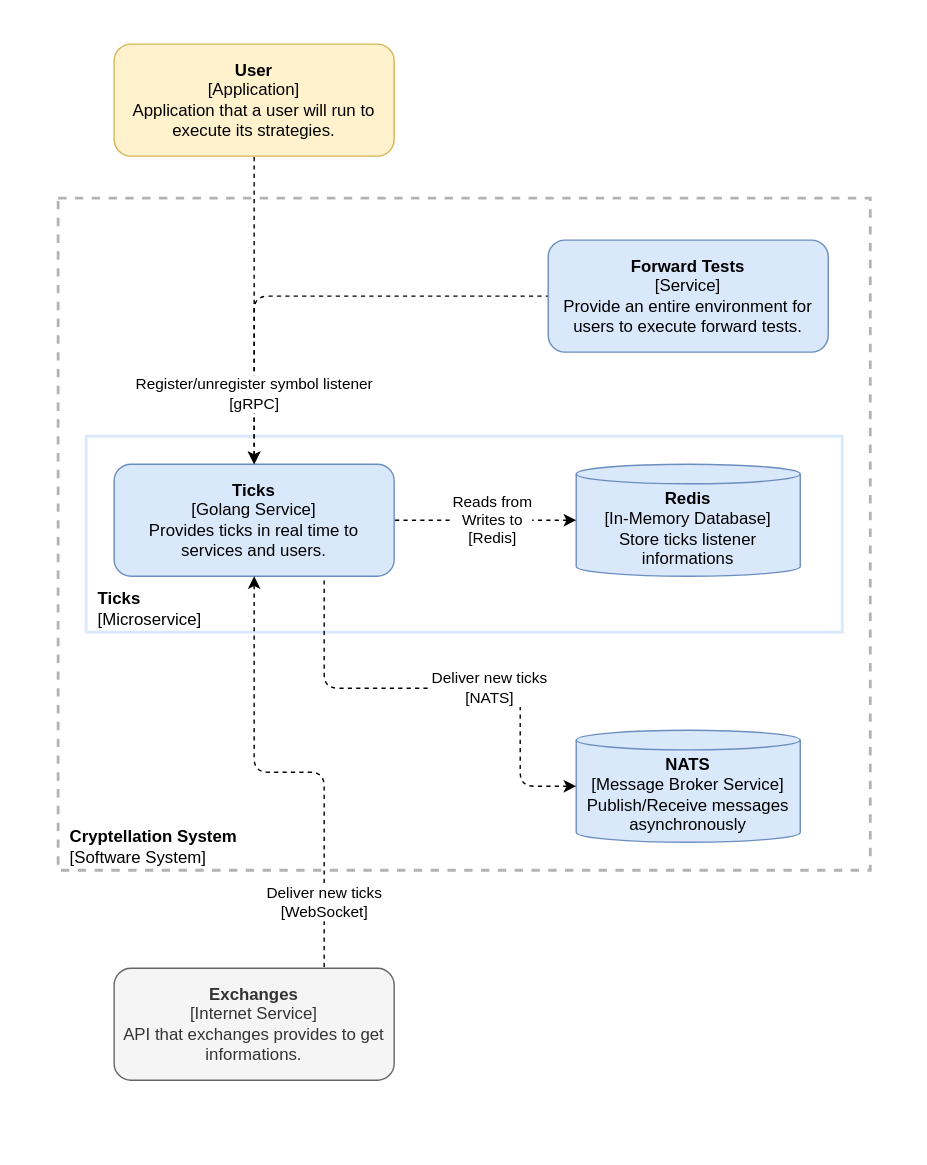
The draw.io diagram website/docs/services/ticks/internal/container-diagram.svg in lerenn/cryptellation, before a commit. Source tidied: cells renumbered, new cells last; positions are measured from the earlier drawing's top-left corner, leaving out a move shared by most shapes. Source of this version:
```xml
<mxGraphModel>
  <root>
    <mxCell id="0" />
    <mxCell id="1" parent="0" />
    <mxCell id="2" style="rounded=1;whiteSpace=wrap;html=1;labelBackgroundColor=none;strokeColor=none;strokeWidth=2;fillColor=default;" parent="1" vertex="1">
      <mxGeometry width="660" height="830" as="geometry" />
    </mxCell>
    <mxCell id="3" value="&lt;b style=&quot;&quot;&gt;&amp;nbsp; Cryptellation System&lt;br&gt;&amp;nbsp;&amp;nbsp;&lt;/b&gt;&lt;span style=&quot;&quot;&gt;[Software System]&lt;/span&gt;" style="rounded=0;whiteSpace=wrap;html=1;fillColor=none;dashed=1;strokeWidth=2;strokeColor=#B3B3B3;align=left;verticalAlign=bottom;" parent="1" vertex="1">
      <mxGeometry x="40" y="140" width="580" height="480" as="geometry" />
    </mxCell>
    <mxCell id="4" value="&amp;nbsp; &lt;b&gt;Ticks&lt;/b&gt;&lt;br&gt;&amp;nbsp; [Microservice]" style="rounded=0;whiteSpace=wrap;html=1;labelBackgroundColor=none;strokeColor=#DAE8FC;strokeWidth=2;fillColor=none;verticalAlign=bottom;align=left;" parent="1" vertex="1">
      <mxGeometry x="60" y="310" width="540" height="140" as="geometry" />
    </mxCell>
    <mxCell id="5" value="&lt;b&gt;Ticks&lt;/b&gt;&lt;br&gt;[Golang Service]&lt;br&gt;Provides ticks in real time to&lt;br&gt;services and users." style="rounded=1;whiteSpace=wrap;html=1;fillColor=#dae8fc;strokeColor=#6c8ebf;" parent="1" vertex="1">
      <mxGeometry x="80" y="330" width="200" height="80" as="geometry" />
    </mxCell>
    <mxCell id="6" value="&lt;b&gt;NATS&lt;/b&gt;&lt;br&gt;[Message Broker Service]&lt;br&gt;Publish/Receive messages asynchronously" style="shape=cylinder3;whiteSpace=wrap;html=1;boundedLbl=1;backgroundOutline=1;size=7;fillColor=#dae8fc;strokeColor=#6c8ebf;" parent="1" vertex="1">
      <mxGeometry x="410" y="520" width="160" height="80" as="geometry" />
    </mxCell>
    <mxCell id="7" value="&lt;font face=&quot;helvetica&quot;&gt;&lt;br&gt;&lt;/font&gt;" style="endArrow=none;dashed=1;html=1;entryX=0;entryY=0.5;entryDx=0;entryDy=0;edgeStyle=orthogonalEdgeStyle;startArrow=classic;startFill=1;exitX=0.5;exitY=0;exitDx=0;exitDy=0;" parent="1" edge="1" source="5" target="13">
      <mxGeometry x="-0.57" relative="1" as="geometry" />
    </mxCell>
    <mxCell id="8" value="&lt;b style=&quot;color: rgb(51 , 51 , 51)&quot;&gt;Exchanges&lt;/b&gt;&lt;br style=&quot;color: rgb(51 , 51 , 51)&quot;&gt;&lt;span style=&quot;color: rgb(51 , 51 , 51)&quot;&gt;[Internet Service]&lt;/span&gt;&lt;br style=&quot;color: rgb(51 , 51 , 51)&quot;&gt;&lt;span style=&quot;color: rgb(51 , 51 , 51)&quot;&gt;API that exchanges provides to get informations.&lt;/span&gt;" style="rounded=1;whiteSpace=wrap;html=1;fillColor=#f5f5f5;fontColor=#333333;strokeColor=#666666;" parent="1" vertex="1">
      <mxGeometry x="80" y="690" width="200" height="80" as="geometry" />
    </mxCell>
    <mxCell id="9" value="Deliver new ticks&lt;br&gt;[WebSocket]" style="endArrow=none;dashed=1;html=1;exitX=0.5;exitY=1;exitDx=0;exitDy=0;edgeStyle=orthogonalEdgeStyle;startArrow=classic;startFill=1;entryX=0.75;entryY=0;entryDx=0;entryDy=0;" parent="1" edge="1" source="5" target="8">
      <mxGeometry x="0.71" relative="1" as="geometry" />
    </mxCell>
    <mxCell id="10" value="&lt;b style=&quot;color: rgb(0 , 0 , 0) ; font-family: &amp;#34;helvetica&amp;#34; ; font-size: 12px ; font-style: normal ; letter-spacing: normal ; text-align: center ; text-indent: 0px ; text-transform: none ; word-spacing: 0px&quot;&gt;User&lt;/b&gt;&lt;br style=&quot;color: rgb(0 , 0 , 0) ; font-family: &amp;#34;helvetica&amp;#34; ; font-size: 12px ; font-style: normal ; font-weight: 400 ; letter-spacing: normal ; text-align: center ; text-indent: 0px ; text-transform: none ; word-spacing: 0px&quot;&gt;&lt;span style=&quot;color: rgb(0 , 0 , 0) ; font-family: &amp;#34;helvetica&amp;#34; ; font-size: 12px ; font-style: normal ; font-weight: 400 ; letter-spacing: normal ; text-align: center ; text-indent: 0px ; text-transform: none ; word-spacing: 0px ; display: inline ; float: none&quot;&gt;[Application]&lt;/span&gt;&lt;br style=&quot;color: rgb(0 , 0 , 0) ; font-family: &amp;#34;helvetica&amp;#34; ; font-size: 12px ; font-style: normal ; font-weight: 400 ; letter-spacing: normal ; text-align: center ; text-indent: 0px ; text-transform: none ; word-spacing: 0px&quot;&gt;&lt;span style=&quot;color: rgb(0 , 0 , 0) ; font-family: &amp;#34;helvetica&amp;#34; ; font-size: 12px ; font-style: normal ; font-weight: 400 ; letter-spacing: normal ; text-align: center ; text-indent: 0px ; text-transform: none ; word-spacing: 0px ; display: inline ; float: none&quot;&gt;Application that a user will run to execute its strategies.&lt;/span&gt;" style="rounded=1;whiteSpace=wrap;html=1;strokeColor=#d6b656;strokeWidth=1;fillColor=#fff2cc;" parent="1" vertex="1">
      <mxGeometry x="80" y="30" width="200" height="80" as="geometry" />
    </mxCell>
    <mxCell id="11" value="&lt;font face=&quot;helvetica&quot;&gt;Register/unregister symbol listener&lt;br&gt;[gRPC]&lt;br&gt;&lt;/font&gt;" style="endArrow=none;dashed=1;html=1;entryX=0.5;entryY=1;entryDx=0;entryDy=0;edgeStyle=orthogonalEdgeStyle;startArrow=classic;startFill=1;" parent="1" edge="1" target="10">
      <mxGeometry x="-0.55" relative="1" as="geometry">
        <mxPoint x="180" y="330" as="sourcePoint" />
      </mxGeometry>
    </mxCell>
    <mxCell id="12" value="Deliver new ticks&lt;br&gt;[NATS]" style="endArrow=none;dashed=1;html=1;exitX=0;exitY=0.5;exitDx=0;exitDy=0;edgeStyle=orthogonalEdgeStyle;startArrow=classic;startFill=1;entryX=0.75;entryY=1;entryDx=0;entryDy=0;exitPerimeter=0;" parent="1" edge="1" source="6" target="5">
      <mxGeometry x="-0.2" relative="1" as="geometry">
        <Array as="points">
          <mxPoint x="370" y="560" />
          <mxPoint x="370" y="490" />
          <mxPoint x="230" y="490" />
        </Array>
      </mxGeometry>
    </mxCell>
    <mxCell id="13" value="&lt;b&gt;Forward Tests&lt;/b&gt;&lt;br&gt;[Service]&lt;br&gt;Provide an entire environment for users to execute forward tests." style="rounded=1;whiteSpace=wrap;html=1;fillColor=#dae8fc;strokeColor=#6c8ebf;" parent="1" vertex="1">
      <mxGeometry x="390" y="170" width="200" height="80" as="geometry" />
    </mxCell>
    <mxCell id="14" value="&lt;b&gt;Redis&lt;/b&gt;&lt;br&gt;[In-Memory Database]&lt;br&gt;Store ticks listener informations" style="shape=cylinder3;whiteSpace=wrap;html=1;boundedLbl=1;backgroundOutline=1;size=7;fillColor=#dae8fc;strokeColor=#6c8ebf;" parent="1" vertex="1">
      <mxGeometry x="410" y="330" width="160" height="80" as="geometry" />
    </mxCell>
    <mxCell id="15" value="Reads from&lt;br&gt;Writes to&lt;br&gt;[Redis]" style="endArrow=none;dashed=1;html=1;exitX=0;exitY=0.5;exitDx=0;exitDy=0;edgeStyle=orthogonalEdgeStyle;startArrow=classic;startFill=1;entryX=1;entryY=0.5;entryDx=0;entryDy=0;exitPerimeter=0;" parent="1" edge="1" source="14" target="5">
      <mxGeometry x="-0.08" relative="1" as="geometry">
        <Array as="points">
          <mxPoint x="330" y="370" />
          <mxPoint x="330" y="370" />
        </Array>
      </mxGeometry>
    </mxCell>
  </root>
</mxGraphModel>
```
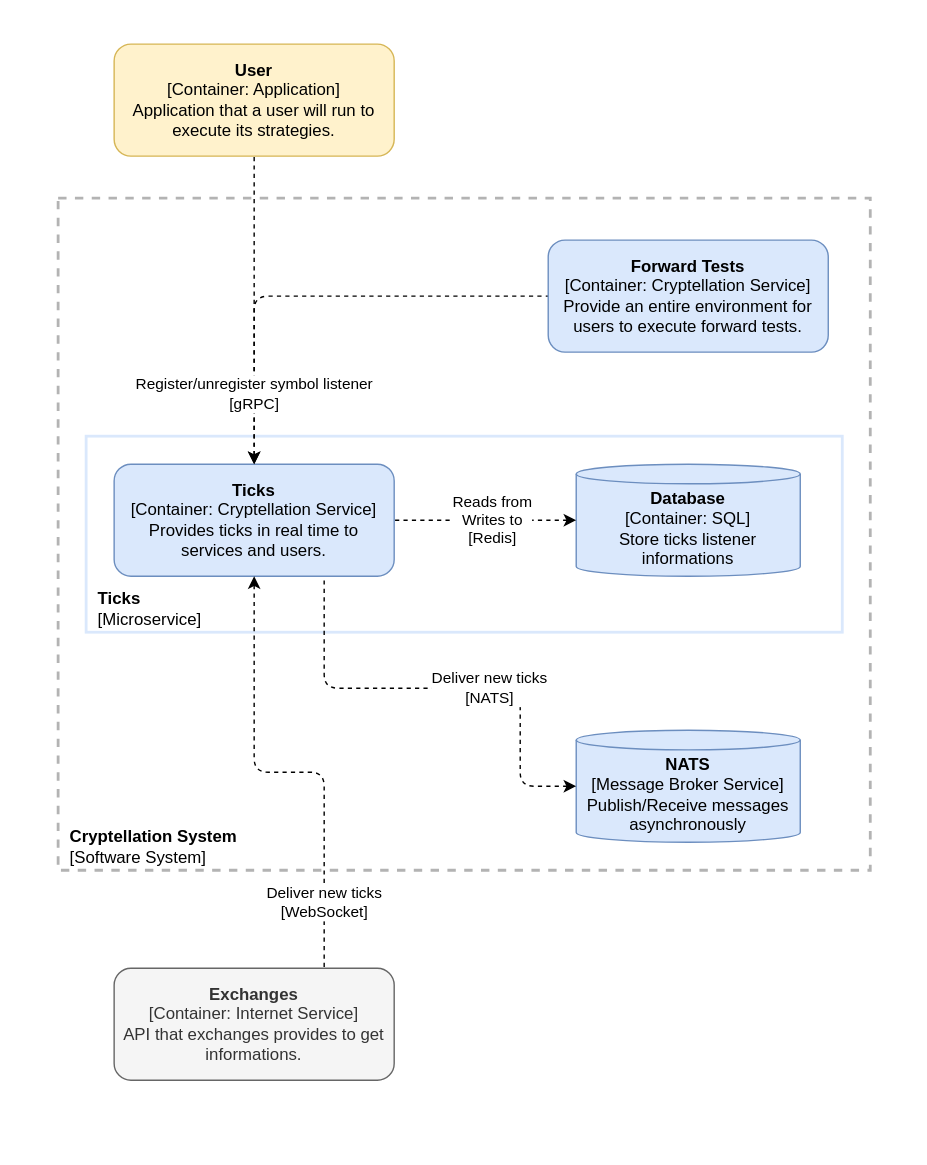
Above is the later version.

Change to the diagram source:
```diff
@@ -11,7 +11,7 @@
     <mxCell id="4" value="&amp;nbsp; &lt;b&gt;Ticks&lt;/b&gt;&lt;br&gt;&amp;nbsp; [Microservice]" style="rounded=0;whiteSpace=wrap;html=1;labelBackgroundColor=none;strokeColor=#DAE8FC;strokeWidth=2;fillColor=none;verticalAlign=bottom;align=left;" parent="1" vertex="1">
       <mxGeometry x="60" y="310" width="540" height="140" as="geometry" />
     </mxCell>
-    <mxCell id="5" value="&lt;b&gt;Ticks&lt;/b&gt;&lt;br&gt;[Golang Service]&lt;br&gt;Provides ticks in real time to&lt;br&gt;services and users." style="rounded=1;whiteSpace=wrap;html=1;fillColor=#dae8fc;strokeColor=#6c8ebf;" parent="1" vertex="1">
+    <mxCell id="5" value="&lt;b&gt;Ticks&lt;/b&gt;&lt;br&gt;[Container: Cryptellation Service]&lt;br&gt;Provides ticks in real time to&lt;br&gt;services and users." style="rounded=1;whiteSpace=wrap;html=1;fillColor=#dae8fc;strokeColor=#6c8ebf;" parent="1" vertex="1">
       <mxGeometry x="80" y="330" width="200" height="80" as="geometry" />
     </mxCell>
     <mxCell id="6" value="&lt;b&gt;NATS&lt;/b&gt;&lt;br&gt;[Message Broker Service]&lt;br&gt;Publish/Receive messages asynchronously" style="shape=cylinder3;whiteSpace=wrap;html=1;boundedLbl=1;backgroundOutline=1;size=7;fillColor=#dae8fc;strokeColor=#6c8ebf;" parent="1" vertex="1">
@@ -20,13 +20,13 @@
     <mxCell id="7" value="&lt;font face=&quot;helvetica&quot;&gt;&lt;br&gt;&lt;/font&gt;" style="endArrow=none;dashed=1;html=1;entryX=0;entryY=0.5;entryDx=0;entryDy=0;edgeStyle=orthogonalEdgeStyle;startArrow=classic;startFill=1;exitX=0.5;exitY=0;exitDx=0;exitDy=0;" parent="1" edge="1" source="5" target="13">
       <mxGeometry x="-0.57" relative="1" as="geometry" />
     </mxCell>
-    <mxCell id="8" value="&lt;b style=&quot;color: rgb(51 , 51 , 51)&quot;&gt;Exchanges&lt;/b&gt;&lt;br style=&quot;color: rgb(51 , 51 , 51)&quot;&gt;&lt;span style=&quot;color: rgb(51 , 51 , 51)&quot;&gt;[Internet Service]&lt;/span&gt;&lt;br style=&quot;color: rgb(51 , 51 , 51)&quot;&gt;&lt;span style=&quot;color: rgb(51 , 51 , 51)&quot;&gt;API that exchanges provides to get informations.&lt;/span&gt;" style="rounded=1;whiteSpace=wrap;html=1;fillColor=#f5f5f5;fontColor=#333333;strokeColor=#666666;" parent="1" vertex="1">
+    <mxCell id="8" value="&lt;b style=&quot;color: rgb(51 , 51 , 51)&quot;&gt;Exchanges&lt;/b&gt;&lt;br style=&quot;color: rgb(51 , 51 , 51)&quot;&gt;&lt;span style=&quot;color: rgb(51 , 51 , 51)&quot;&gt;[Container: Internet Service]&lt;/span&gt;&lt;br style=&quot;color: rgb(51 , 51 , 51)&quot;&gt;&lt;span style=&quot;color: rgb(51 , 51 , 51)&quot;&gt;API that exchanges provides to get informations.&lt;/span&gt;" style="rounded=1;whiteSpace=wrap;html=1;fillColor=#f5f5f5;fontColor=#333333;strokeColor=#666666;" parent="1" vertex="1">
       <mxGeometry x="80" y="690" width="200" height="80" as="geometry" />
     </mxCell>
     <mxCell id="9" value="Deliver new ticks&lt;br&gt;[WebSocket]" style="endArrow=none;dashed=1;html=1;exitX=0.5;exitY=1;exitDx=0;exitDy=0;edgeStyle=orthogonalEdgeStyle;startArrow=classic;startFill=1;entryX=0.75;entryY=0;entryDx=0;entryDy=0;" parent="1" edge="1" source="5" target="8">
       <mxGeometry x="0.71" relative="1" as="geometry" />
     </mxCell>
-    <mxCell id="10" value="&lt;b style=&quot;color: rgb(0 , 0 , 0) ; font-family: &amp;#34;helvetica&amp;#34; ; font-size: 12px ; font-style: normal ; letter-spacing: normal ; text-align: center ; text-indent: 0px ; text-transform: none ; word-spacing: 0px&quot;&gt;User&lt;/b&gt;&lt;br style=&quot;color: rgb(0 , 0 , 0) ; font-family: &amp;#34;helvetica&amp;#34; ; font-size: 12px ; font-style: normal ; font-weight: 400 ; letter-spacing: normal ; text-align: center ; text-indent: 0px ; text-transform: none ; word-spacing: 0px&quot;&gt;&lt;span style=&quot;color: rgb(0 , 0 , 0) ; font-family: &amp;#34;helvetica&amp;#34; ; font-size: 12px ; font-style: normal ; font-weight: 400 ; letter-spacing: normal ; text-align: center ; text-indent: 0px ; text-transform: none ; word-spacing: 0px ; display: inline ; float: none&quot;&gt;[Application]&lt;/span&gt;&lt;br style=&quot;color: rgb(0 , 0 , 0) ; font-family: &amp;#34;helvetica&amp;#34; ; font-size: 12px ; font-style: normal ; font-weight: 400 ; letter-spacing: normal ; text-align: center ; text-indent: 0px ; text-transform: none ; word-spacing: 0px&quot;&gt;&lt;span style=&quot;color: rgb(0 , 0 , 0) ; font-family: &amp;#34;helvetica&amp;#34; ; font-size: 12px ; font-style: normal ; font-weight: 400 ; letter-spacing: normal ; text-align: center ; text-indent: 0px ; text-transform: none ; word-spacing: 0px ; display: inline ; float: none&quot;&gt;Application that a user will run to execute its strategies.&lt;/span&gt;" style="rounded=1;whiteSpace=wrap;html=1;strokeColor=#d6b656;strokeWidth=1;fillColor=#fff2cc;" parent="1" vertex="1">
+    <mxCell id="10" value="&lt;b style=&quot;color: rgb(0 , 0 , 0) ; font-family: &amp;#34;helvetica&amp;#34; ; font-size: 12px ; font-style: normal ; letter-spacing: normal ; text-align: center ; text-indent: 0px ; text-transform: none ; word-spacing: 0px&quot;&gt;User&lt;/b&gt;&lt;br style=&quot;color: rgb(0 , 0 , 0) ; font-family: &amp;#34;helvetica&amp;#34; ; font-size: 12px ; font-style: normal ; font-weight: 400 ; letter-spacing: normal ; text-align: center ; text-indent: 0px ; text-transform: none ; word-spacing: 0px&quot;&gt;&lt;span style=&quot;color: rgb(0 , 0 , 0) ; font-family: &amp;#34;helvetica&amp;#34; ; font-size: 12px ; font-style: normal ; font-weight: 400 ; letter-spacing: normal ; text-align: center ; text-indent: 0px ; text-transform: none ; word-spacing: 0px ; display: inline ; float: none&quot;&gt;[Container: Application]&lt;/span&gt;&lt;br style=&quot;color: rgb(0 , 0 , 0) ; font-family: &amp;#34;helvetica&amp;#34; ; font-size: 12px ; font-style: normal ; font-weight: 400 ; letter-spacing: normal ; text-align: center ; text-indent: 0px ; text-transform: none ; word-spacing: 0px&quot;&gt;&lt;span style=&quot;color: rgb(0 , 0 , 0) ; font-family: &amp;#34;helvetica&amp;#34; ; font-size: 12px ; font-style: normal ; font-weight: 400 ; letter-spacing: normal ; text-align: center ; text-indent: 0px ; text-transform: none ; word-spacing: 0px ; display: inline ; float: none&quot;&gt;Application that a user will run to execute its strategies.&lt;/span&gt;" style="rounded=1;whiteSpace=wrap;html=1;strokeColor=#d6b656;strokeWidth=1;fillColor=#fff2cc;" parent="1" vertex="1">
       <mxGeometry x="80" y="30" width="200" height="80" as="geometry" />
     </mxCell>
     <mxCell id="11" value="&lt;font face=&quot;helvetica&quot;&gt;Register/unregister symbol listener&lt;br&gt;[gRPC]&lt;br&gt;&lt;/font&gt;" style="endArrow=none;dashed=1;html=1;entryX=0.5;entryY=1;entryDx=0;entryDy=0;edgeStyle=orthogonalEdgeStyle;startArrow=classic;startFill=1;" parent="1" edge="1" target="10">
@@ -43,10 +43,10 @@
         </Array>
       </mxGeometry>
     </mxCell>
-    <mxCell id="13" value="&lt;b&gt;Forward Tests&lt;/b&gt;&lt;br&gt;[Service]&lt;br&gt;Provide an entire environment for users to execute forward tests." style="rounded=1;whiteSpace=wrap;html=1;fillColor=#dae8fc;strokeColor=#6c8ebf;" parent="1" vertex="1">
+    <mxCell id="13" value="&lt;b&gt;Forward Tests&lt;/b&gt;&lt;br&gt;[Container: Cryptellation Service]&lt;br&gt;Provide an entire environment for users to execute forward tests." style="rounded=1;whiteSpace=wrap;html=1;fillColor=#dae8fc;strokeColor=#6c8ebf;" parent="1" vertex="1">
       <mxGeometry x="390" y="170" width="200" height="80" as="geometry" />
     </mxCell>
-    <mxCell id="14" value="&lt;b&gt;Redis&lt;/b&gt;&lt;br&gt;[In-Memory Database]&lt;br&gt;Store ticks listener informations" style="shape=cylinder3;whiteSpace=wrap;html=1;boundedLbl=1;backgroundOutline=1;size=7;fillColor=#dae8fc;strokeColor=#6c8ebf;" parent="1" vertex="1">
+    <mxCell id="14" value="&lt;b&gt;Database&lt;/b&gt;&lt;br&gt;[Container: SQL]&lt;br&gt;Store ticks listener informations" style="shape=cylinder3;whiteSpace=wrap;html=1;boundedLbl=1;backgroundOutline=1;size=7;fillColor=#dae8fc;strokeColor=#6c8ebf;" parent="1" vertex="1">
       <mxGeometry x="410" y="330" width="160" height="80" as="geometry" />
     </mxCell>
     <mxCell id="15" value="Reads from&lt;br&gt;Writes to&lt;br&gt;[Redis]" style="endArrow=none;dashed=1;html=1;exitX=0;exitY=0.5;exitDx=0;exitDy=0;edgeStyle=orthogonalEdgeStyle;startArrow=classic;startFill=1;entryX=1;entryY=0.5;entryDx=0;entryDy=0;exitPerimeter=0;" parent="1" edge="1" source="14" target="5">
```
